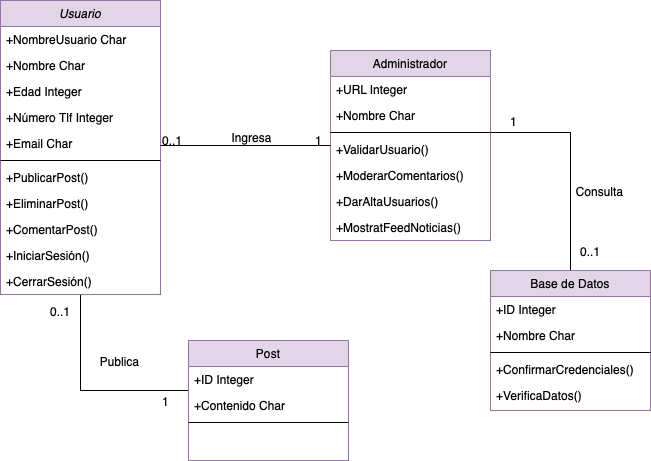
Above: diagramas/red_social.drawio.png in nicholelouis/ETS (draw.io), before the change. Source tidied: cells renumbered, new cells last; positions are measured from the earlier drawing's top-left corner, leaving out a move shared by most shapes.
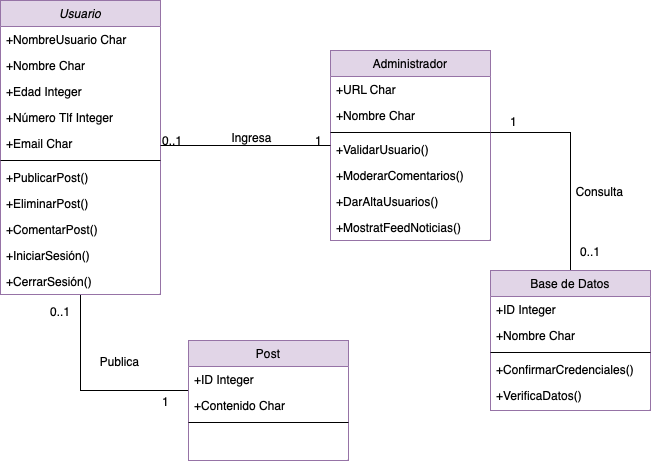
After the commit.

Diff of the diagram source:
```diff
@@ -67,7 +67,7 @@
     <mxCell id="20" value="Administrador" style="swimlane;fontStyle=0;align=center;verticalAlign=top;horizontal=1;startSize=26;rounded=0;shadow=0;strokeWidth=1;fillColor=#e1d5e7;strokeColor=#9673a6;" parent="1" vertex="1">
       <mxGeometry x="330" y="50" width="160" height="190" as="geometry" />
     </mxCell>
-    <mxCell id="21" value="+URL Integer" style="text;align=left;verticalAlign=top;spacingLeft=4;spacingRight=4;overflow=hidden;" parent="20" vertex="1">
+    <mxCell id="21" value="+URL Char" style="text;align=left;verticalAlign=top;spacingLeft=4;spacingRight=4;overflow=hidden;" parent="20" vertex="1">
       <mxGeometry y="26" width="160" height="26" as="geometry" />
     </mxCell>
     <mxCell id="22" value="+Nombre Char" style="text;align=left;verticalAlign=top;spacingLeft=4;spacingRight=4;overflow=hidden;rounded=0;shadow=0;html=0;" parent="20" vertex="1">
```
